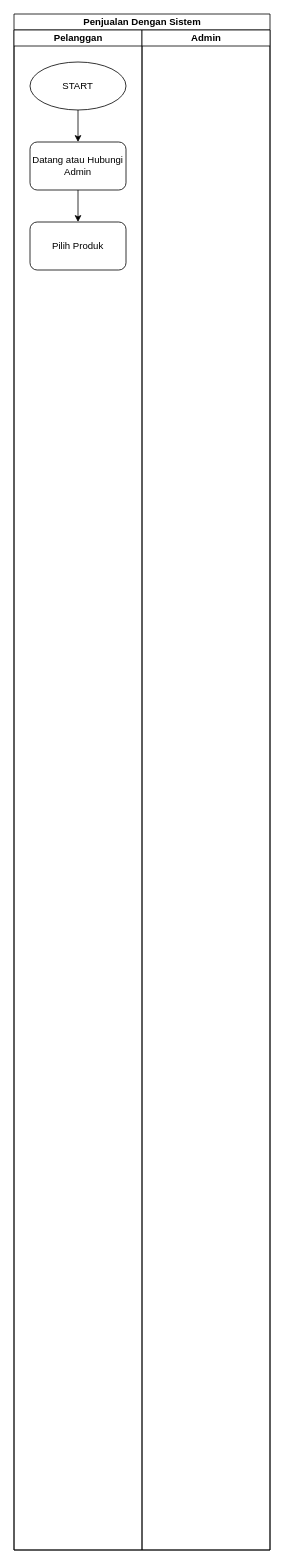
This is Activity - PenjualanTSKeripikIsal.drawio from xnoname2003/flowchart, a draw.io file, before an edit. Source tidied: cells renumbered, new cells numbered last; positions are measured from the earlier drawing's top-left corner, leaving out a move shared by most shapes. Both pictures are drawn from the tidied source at 80%, with x=0, y=0 at pixel (14, 14).
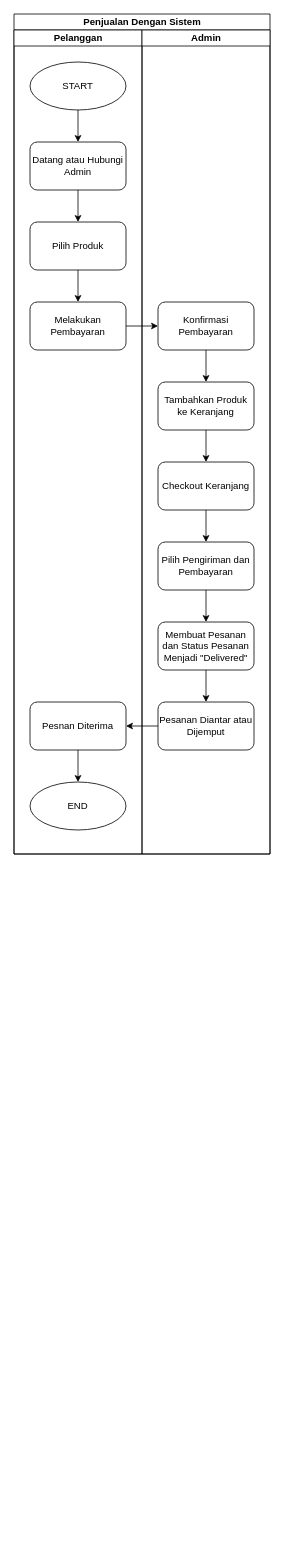
The same diagram, later.

Unchanged cells that the change refers to:
```xml
<mxCell id="31" value="Pilih Produk" style="rounded=1;whiteSpace=wrap;html=1;" parent="3" vertex="1">
  <mxGeometry x="20" y="240" width="120" height="60" as="geometry" />
</mxCell>
```

Change to the diagram source:
```diff
@@
     <mxCell id="2" value="Penjualan Dengan Sistem" style="swimlane;startSize=20;html=1;" parent="1" vertex="1">
-      <mxGeometry width="320" height="1920" as="geometry" />
+      <mxGeometry width="320" height="1050" as="geometry" />
     </mxCell>
     <mxCell id="3" value="Pelanggan" style="swimlane;startSize=20;html=1;" parent="2" vertex="1">
-      <mxGeometry y="20" width="160" height="1900" as="geometry" />
+      <mxGeometry y="20" width="160" height="1030" as="geometry" />
     </mxCell>
@@
+    <mxCell id="42" style="edgeStyle=orthogonalEdgeStyle;rounded=0;jettySize=auto;html=1;" parent="3" edge="1" source="31" target="43">
+      <mxGeometry relative="1" as="geometry" />
+    </mxCell>
@@
+    <mxCell id="43" value="Melakukan Pembayaran" style="rounded=1;whiteSpace=wrap;html=1;" parent="3" vertex="1">
+      <mxGeometry x="20" y="340" width="120" height="60" as="geometry" />
+    </mxCell>
+    <mxCell id="44" style="edgeStyle=orthogonalEdgeStyle;rounded=0;jettySize=auto;html=1;" parent="3" edge="1" source="45" target="46">
+      <mxGeometry relative="1" as="geometry" />
+    </mxCell>
+    <mxCell id="45" value="Pesnan Diterima" style="rounded=1;whiteSpace=wrap;html=1;" parent="3" vertex="1">
+      <mxGeometry x="20" y="840" width="120" height="60" as="geometry" />
+    </mxCell>
+    <mxCell id="46" value="END" style="ellipse;whiteSpace=wrap;html=1;" parent="3" vertex="1">
+      <mxGeometry x="20" y="940" width="120" height="60" as="geometry" />
+    </mxCell>
     <mxCell id="32" value="Admin" style="swimlane;startSize=20;html=1;" parent="2" vertex="1">
-      <mxGeometry x="160" y="20" width="160" height="1900" as="geometry" />
+      <mxGeometry x="160" y="20" width="160" height="1030" as="geometry" />
     </mxCell>
@@
+    <mxCell id="47" style="edgeStyle=orthogonalEdgeStyle;rounded=0;jettySize=auto;html=1;" parent="32" edge="1" source="48" target="50">
+      <mxGeometry relative="1" as="geometry" />
+    </mxCell>
+    <mxCell id="48" value="Konfirmasi Pembayaran" style="rounded=1;whiteSpace=wrap;html=1;" parent="32" vertex="1">
+      <mxGeometry x="20" y="340" width="120" height="60" as="geometry" />
+    </mxCell>
+    <mxCell id="49" style="edgeStyle=orthogonalEdgeStyle;rounded=0;jettySize=auto;html=1;" parent="32" edge="1" source="50" target="52">
+      <mxGeometry relative="1" as="geometry" />
+    </mxCell>
+    <mxCell id="50" value="Tambahkan Produk ke Keranjang" style="rounded=1;whiteSpace=wrap;html=1;" parent="32" vertex="1">
+      <mxGeometry x="20" y="440" width="120" height="60" as="geometry" />
+    </mxCell>
+    <mxCell id="51" style="edgeStyle=orthogonalEdgeStyle;rounded=0;jettySize=auto;html=1;" parent="32" edge="1" source="52" target="54">
+      <mxGeometry relative="1" as="geometry" />
+    </mxCell>
+    <mxCell id="52" value="Checkout Keranjang" style="rounded=1;whiteSpace=wrap;html=1;" parent="32" vertex="1">
+      <mxGeometry x="20" y="540" width="120" height="60" as="geometry" />
+    </mxCell>
+    <mxCell id="53" style="edgeStyle=orthogonalEdgeStyle;rounded=0;jettySize=auto;html=1;" parent="32" edge="1" source="54" target="56">
+      <mxGeometry relative="1" as="geometry" />
+    </mxCell>
+    <mxCell id="54" value="Pilih Pengiriman dan Pembayaran" style="rounded=1;whiteSpace=wrap;html=1;" parent="32" vertex="1">
+      <mxGeometry x="20" y="640" width="120" height="60" as="geometry" />
+    </mxCell>
+    <mxCell id="55" style="edgeStyle=orthogonalEdgeStyle;rounded=0;jettySize=auto;html=1;" parent="32" edge="1" source="56" target="57">
+      <mxGeometry relative="1" as="geometry" />
+    </mxCell>
+    <mxCell id="56" value="Membuat Pesanan dan Status Pesanan Menjadi &quot;Delivered&quot;" style="rounded=1;whiteSpace=wrap;html=1;" parent="32" vertex="1">
+      <mxGeometry x="20" y="740" width="120" height="60" as="geometry" />
+    </mxCell>
+    <mxCell id="57" value="Pesanan Diantar atau Dijemput" style="rounded=1;whiteSpace=wrap;html=1;" parent="32" vertex="1">
+      <mxGeometry x="20" y="840" width="120" height="60" as="geometry" />
+    </mxCell>
@@
+    <mxCell id="58" style="edgeStyle=orthogonalEdgeStyle;rounded=0;jettySize=auto;html=1;" parent="2" edge="1" source="43" target="48">
+      <mxGeometry relative="1" as="geometry" />
+    </mxCell>
+    <mxCell id="59" style="edgeStyle=orthogonalEdgeStyle;rounded=0;jettySize=auto;html=1;" parent="2" edge="1" source="57" target="45">
+      <mxGeometry relative="1" as="geometry" />
+    </mxCell>
```
